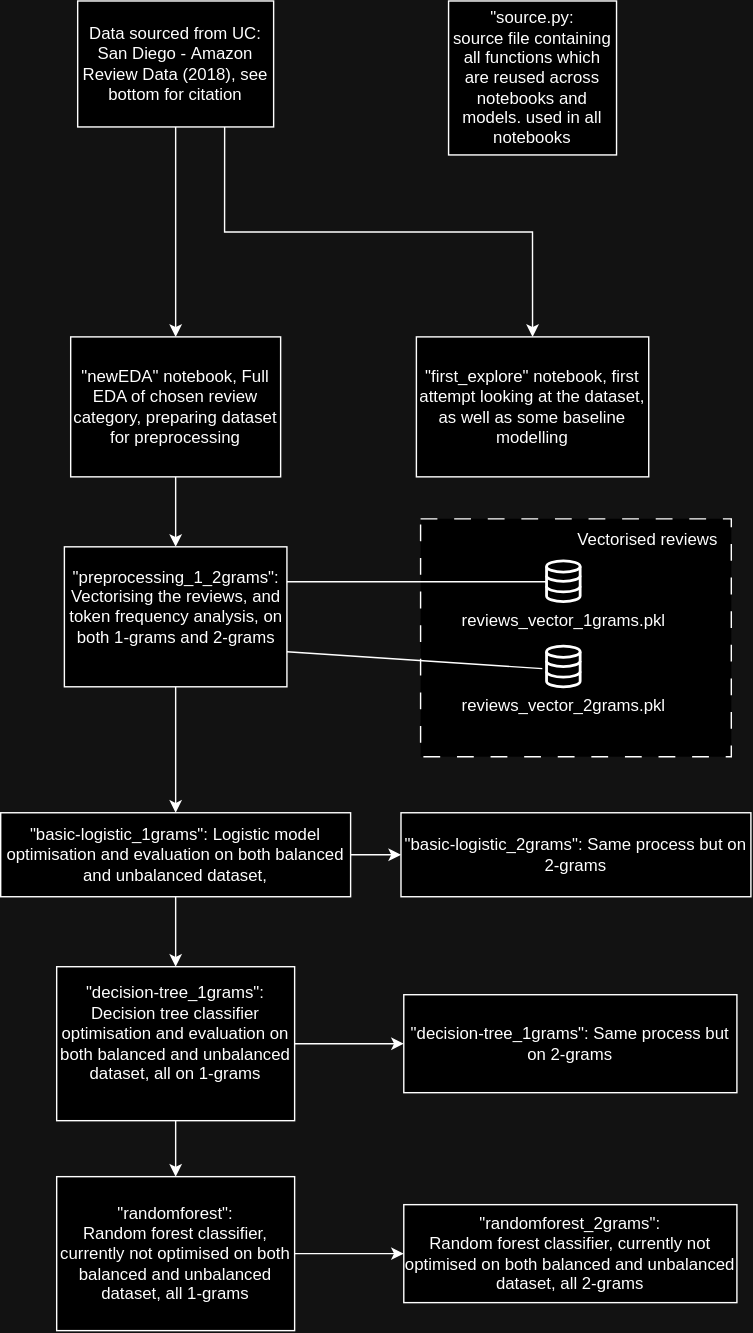
Before: reports/figures/capstoneflowchart.drawio.svg, a diagram exported from draw.io (0smee/nlp-capstone). Source tidied: cells renumbered, new cells last; positions are measured from the earlier drawing's top-left corner, leaving out a move shared by most shapes. Its diagram source:
```xml
<mxGraphModel>
  <root>
    <mxCell id="0" />
    <mxCell id="1" parent="0" />
    <mxCell id="2" style="verticalLabelPosition=bottom;verticalAlign=top;html=1;shape=mxgraph.basic.rect;fillColor2=none;strokeWidth=1;size=20;indent=5;dashed=1;dashPattern=12 12;" parent="1" vertex="1">
      <mxGeometry x="300" y="370" width="222" height="170" as="geometry" />
    </mxCell>
    <mxCell id="3" style="edgeStyle=orthogonalEdgeStyle;rounded=0;jettySize=auto;html=1;entryX=0.5;entryY=0;entryDx=0;entryDy=0;" parent="1" edge="1" source="5" target="8">
      <mxGeometry relative="1" as="geometry" />
    </mxCell>
    <mxCell id="4" style="edgeStyle=orthogonalEdgeStyle;rounded=0;jettySize=auto;html=1;exitX=0.75;exitY=1;exitDx=0;exitDy=0;entryX=0.5;entryY=0;entryDx=0;entryDy=0;" parent="1" edge="1" source="5" target="6">
      <mxGeometry relative="1" as="geometry" />
    </mxCell>
    <mxCell id="5" value="&lt;div&gt;Data sourced from UC: San Diego -&amp;nbsp;Amazon Review Data (2018)&lt;span style=&quot;background-color: initial;&quot;&gt;, see bottom for citation&lt;/span&gt;&lt;/div&gt;" style="rounded=0;whiteSpace=wrap;html=1;" parent="1" vertex="1">
      <mxGeometry x="55" width="140" height="90" as="geometry" />
    </mxCell>
    <mxCell id="6" value="&quot;first_explore&quot; notebook, first attempt looking at the dataset, as well as some baseline modelling" style="rounded=0;whiteSpace=wrap;html=1;" parent="1" vertex="1">
      <mxGeometry x="297" y="240" width="166" height="100" as="geometry" />
    </mxCell>
    <mxCell id="7" style="edgeStyle=orthogonalEdgeStyle;rounded=0;jettySize=auto;html=1;entryX=0.5;entryY=0;entryDx=0;entryDy=0;" parent="1" edge="1" source="8" target="10">
      <mxGeometry relative="1" as="geometry" />
    </mxCell>
    <mxCell id="8" value="&quot;newEDA&quot; notebook, Full EDA of chosen review category, preparing dataset for preprocessing" style="rounded=0;whiteSpace=wrap;html=1;" parent="1" vertex="1">
      <mxGeometry x="50" y="240" width="150" height="100" as="geometry" />
    </mxCell>
    <mxCell id="9" style="edgeStyle=orthogonalEdgeStyle;rounded=0;jettySize=auto;html=1;entryX=0.5;entryY=0;entryDx=0;entryDy=0;" parent="1" edge="1" source="10" target="18">
      <mxGeometry relative="1" as="geometry" />
    </mxCell>
    <mxCell id="10" value="&lt;div&gt;&quot;preprocessing_1_2grams&quot;: Vectorising the reviews, and token frequency analysis, on both 1-grams and 2-grams&lt;/div&gt;&lt;div&gt;&lt;br&gt;&lt;/div&gt;" style="rounded=0;whiteSpace=wrap;html=1;" parent="1" vertex="1">
      <mxGeometry x="45.5" y="390" width="159" height="100" as="geometry" />
    </mxCell>
    <mxCell id="11" value="reviews_vector_1grams.pkl" style="html=1;verticalLabelPosition=bottom;align=center;labelBackgroundColor=#ffffff;verticalAlign=top;strokeWidth=2;strokeColor=#000000;shadow=0;dashed=0;shape=mxgraph.ios7.icons.data;" parent="1" vertex="1">
      <mxGeometry x="390" y="400" width="24" height="29.1" as="geometry" />
    </mxCell>
    <mxCell id="12" value="reviews_vector_2grams.pkl" style="html=1;verticalLabelPosition=bottom;align=center;labelBackgroundColor=#ffffff;verticalAlign=top;strokeWidth=2;strokeColor=#000000;shadow=0;dashed=0;shape=mxgraph.ios7.icons.data;" parent="1" vertex="1">
      <mxGeometry x="390" y="460.9" width="24" height="29.1" as="geometry" />
    </mxCell>
    <mxCell id="13" style="endArrow=none;html=1;rounded=0;exitX=1;exitY=0.25;exitDx=0;exitDy=0;entryX=0;entryY=0.515;entryDx=0;entryDy=0;entryPerimeter=0;" parent="1" edge="1" source="10" target="11">
      <mxGeometry relative="1" as="geometry" />
    </mxCell>
    <mxCell id="14" style="endArrow=none;html=1;rounded=0;exitX=1;exitY=0.75;exitDx=0;exitDy=0;entryX=-0.125;entryY=0.553;entryDx=0;entryDy=0;entryPerimeter=0;" parent="1" edge="1" source="10" target="12">
      <mxGeometry relative="1" as="geometry" />
    </mxCell>
    <mxCell id="15" value="Vectorised reviews" style="text;html=1;align=center;verticalAlign=middle;strokeColor=none;fillColor=none;" parent="1" vertex="1">
      <mxGeometry x="402" y="370" width="120" height="30" as="geometry" />
    </mxCell>
    <mxCell id="16" style="edgeStyle=orthogonalEdgeStyle;rounded=0;jettySize=auto;html=1;exitX=1;exitY=0.5;exitDx=0;exitDy=0;entryX=0;entryY=0.5;entryDx=0;entryDy=0;" parent="1" edge="1" source="18" target="19">
      <mxGeometry relative="1" as="geometry" />
    </mxCell>
    <mxCell id="17" style="edgeStyle=orthogonalEdgeStyle;rounded=0;jettySize=auto;html=1;entryX=0.5;entryY=0;entryDx=0;entryDy=0;" parent="1" edge="1" source="18" target="22">
      <mxGeometry relative="1" as="geometry" />
    </mxCell>
    <mxCell id="18" value="&quot;basic-logistic_1grams&quot;: Logistic model optimisation and evaluation on both balanced and unbalanced dataset," style="rounded=0;whiteSpace=wrap;html=1;" parent="1" vertex="1">
      <mxGeometry y="580" width="250" height="60" as="geometry" />
    </mxCell>
    <mxCell id="19" value="&quot;basic-logistic_2grams&quot;: Same process but on 2-grams" style="rounded=0;whiteSpace=wrap;html=1;" parent="1" vertex="1">
      <mxGeometry x="286" y="580" width="250" height="60" as="geometry" />
    </mxCell>
    <mxCell id="20" style="edgeStyle=orthogonalEdgeStyle;rounded=0;jettySize=auto;html=1;entryX=0;entryY=0.5;entryDx=0;entryDy=0;" parent="1" edge="1" source="22" target="23">
      <mxGeometry relative="1" as="geometry" />
    </mxCell>
    <mxCell id="21" style="edgeStyle=orthogonalEdgeStyle;rounded=0;jettySize=auto;html=1;entryX=0.5;entryY=0;entryDx=0;entryDy=0;" parent="1" edge="1" source="22" target="26">
      <mxGeometry relative="1" as="geometry" />
    </mxCell>
    <mxCell id="22" value="&lt;div&gt;&quot;decision-tree_1grams&quot;: Decision tree classifier optimisation and evaluation on both balanced and unbalanced dataset, all on 1-grams&lt;/div&gt;&lt;div&gt;&lt;br&gt;&lt;/div&gt;" style="rounded=0;whiteSpace=wrap;html=1;" parent="1" vertex="1">
      <mxGeometry x="40" y="690" width="170" height="110" as="geometry" />
    </mxCell>
    <mxCell id="23" value="&quot;decision-tree_1grams&quot;: Same process but on 2-grams" style="rounded=0;whiteSpace=wrap;html=1;" parent="1" vertex="1">
      <mxGeometry x="288" y="710" width="238" height="70" as="geometry" />
    </mxCell>
    <mxCell id="24" value="&quot;source.py:&lt;br&gt;source file containing all functions which are reused across notebooks and models. used in all notebooks" style="rounded=0;whiteSpace=wrap;html=1;" parent="1" vertex="1">
      <mxGeometry x="320" width="120" height="110" as="geometry" />
    </mxCell>
    <mxCell id="25" style="edgeStyle=orthogonalEdgeStyle;rounded=0;jettySize=auto;html=1;entryX=0;entryY=0.5;entryDx=0;entryDy=0;" parent="1" edge="1" source="26" target="27">
      <mxGeometry relative="1" as="geometry" />
    </mxCell>
    <mxCell id="26" value="&lt;div&gt;&quot;randomforest&quot;:&lt;br&gt;&lt;/div&gt;&lt;div&gt;Random forest classifier, currently not optimised on both balanced and unbalanced dataset, all 1-grams&lt;br&gt;&lt;/div&gt;" style="rounded=0;whiteSpace=wrap;html=1;" parent="1" vertex="1">
      <mxGeometry x="40" y="840" width="170" height="110" as="geometry" />
    </mxCell>
    <mxCell id="27" value="&lt;div style=&quot;border-color: var(--border-color);&quot;&gt;&quot;randomforest_2grams&quot;:&lt;br style=&quot;border-color: var(--border-color);&quot;&gt;&lt;/div&gt;&lt;div style=&quot;border-color: var(--border-color);&quot;&gt;Random forest classifier, currently not optimised on both balanced and unbalanced dataset, all 2-grams&lt;/div&gt;" style="rounded=0;whiteSpace=wrap;html=1;" parent="1" vertex="1">
      <mxGeometry x="288" y="860" width="238" height="70" as="geometry" />
    </mxCell>
  </root>
</mxGraphModel>
```
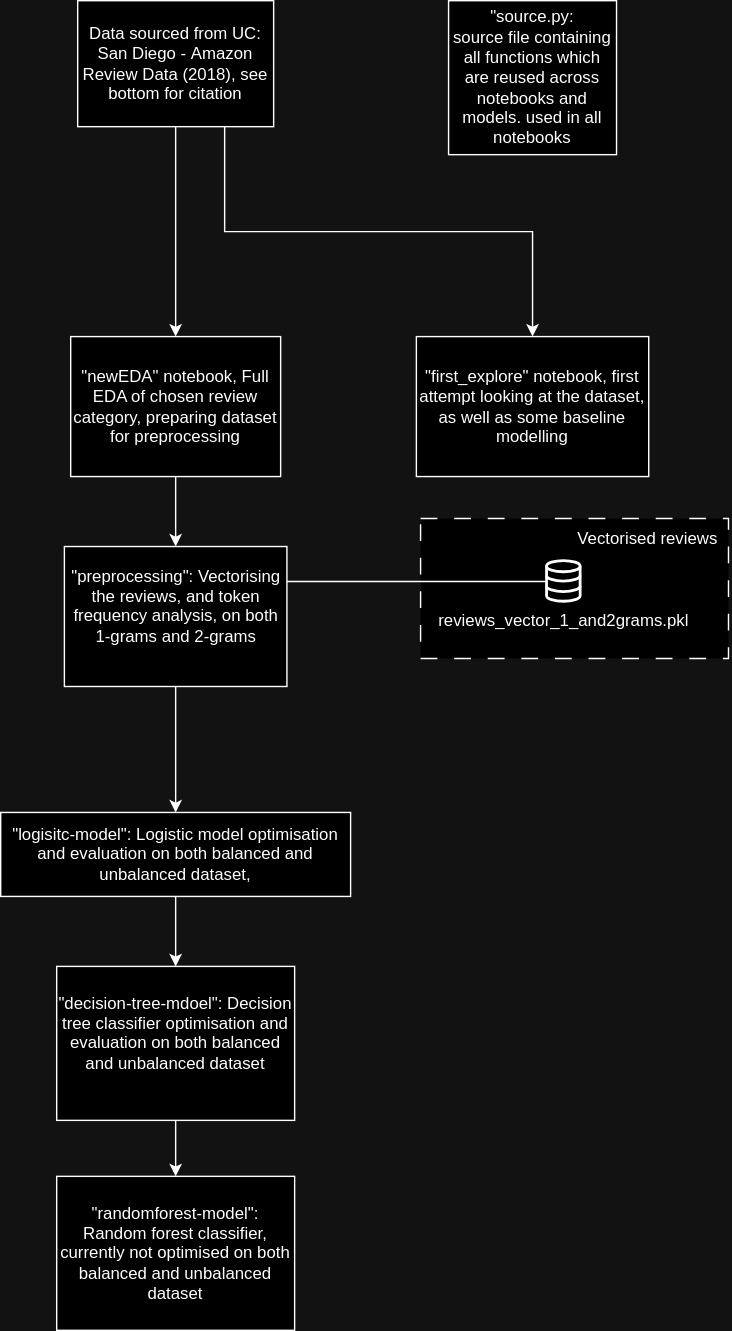
The same diagram one commit later.

The edit, as a diff of the source:
```diff
@@ -3,7 +3,7 @@
     <mxCell id="0" />
     <mxCell id="1" parent="0" />
     <mxCell id="2" style="verticalLabelPosition=bottom;verticalAlign=top;html=1;shape=mxgraph.basic.rect;fillColor2=none;strokeWidth=1;size=20;indent=5;dashed=1;dashPattern=12 12;" parent="1" vertex="1">
-      <mxGeometry x="300" y="370" width="222" height="170" as="geometry" />
+      <mxGeometry x="300" y="370" width="220" height="100" as="geometry" />
     </mxCell>
     <mxCell id="3" style="edgeStyle=orthogonalEdgeStyle;rounded=0;jettySize=auto;html=1;entryX=0.5;entryY=0;entryDx=0;entryDy=0;" parent="1" edge="1" source="5" target="8">
       <mxGeometry relative="1" as="geometry" />
@@ -26,59 +26,35 @@
     <mxCell id="9" style="edgeStyle=orthogonalEdgeStyle;rounded=0;jettySize=auto;html=1;entryX=0.5;entryY=0;entryDx=0;entryDy=0;" parent="1" edge="1" source="10" target="18">
       <mxGeometry relative="1" as="geometry" />
     </mxCell>
-    <mxCell id="10" value="&lt;div&gt;&quot;preprocessing_1_2grams&quot;: Vectorising the reviews, and token frequency analysis, on both 1-grams and 2-grams&lt;/div&gt;&lt;div&gt;&lt;br&gt;&lt;/div&gt;" style="rounded=0;whiteSpace=wrap;html=1;" parent="1" vertex="1">
+    <mxCell id="10" value="&lt;div&gt;&quot;preprocessing&quot;: Vectorising the reviews, and token frequency analysis, on both 1-grams and 2-grams&lt;/div&gt;&lt;div&gt;&lt;br&gt;&lt;/div&gt;" style="rounded=0;whiteSpace=wrap;html=1;" parent="1" vertex="1">
       <mxGeometry x="45.5" y="390" width="159" height="100" as="geometry" />
     </mxCell>
-    <mxCell id="11" value="reviews_vector_1grams.pkl" style="html=1;verticalLabelPosition=bottom;align=center;labelBackgroundColor=#ffffff;verticalAlign=top;strokeWidth=2;strokeColor=#000000;shadow=0;dashed=0;shape=mxgraph.ios7.icons.data;" parent="1" vertex="1">
+    <mxCell id="11" value="reviews_vector_1_and2grams.pkl" style="html=1;verticalLabelPosition=bottom;align=center;labelBackgroundColor=#ffffff;verticalAlign=top;strokeWidth=2;strokeColor=#000000;shadow=0;dashed=0;shape=mxgraph.ios7.icons.data;" parent="1" vertex="1">
       <mxGeometry x="390" y="400" width="24" height="29.1" as="geometry" />
     </mxCell>
-    <mxCell id="12" value="reviews_vector_2grams.pkl" style="html=1;verticalLabelPosition=bottom;align=center;labelBackgroundColor=#ffffff;verticalAlign=top;strokeWidth=2;strokeColor=#000000;shadow=0;dashed=0;shape=mxgraph.ios7.icons.data;" parent="1" vertex="1">
-      <mxGeometry x="390" y="460.9" width="24" height="29.1" as="geometry" />
-    </mxCell>
     <mxCell id="13" style="endArrow=none;html=1;rounded=0;exitX=1;exitY=0.25;exitDx=0;exitDy=0;entryX=0;entryY=0.515;entryDx=0;entryDy=0;entryPerimeter=0;" parent="1" edge="1" source="10" target="11">
       <mxGeometry relative="1" as="geometry" />
     </mxCell>
-    <mxCell id="14" style="endArrow=none;html=1;rounded=0;exitX=1;exitY=0.75;exitDx=0;exitDy=0;entryX=-0.125;entryY=0.553;entryDx=0;entryDy=0;entryPerimeter=0;" parent="1" edge="1" source="10" target="12">
-      <mxGeometry relative="1" as="geometry" />
-    </mxCell>
     <mxCell id="15" value="Vectorised reviews" style="text;html=1;align=center;verticalAlign=middle;strokeColor=none;fillColor=none;" parent="1" vertex="1">
       <mxGeometry x="402" y="370" width="120" height="30" as="geometry" />
     </mxCell>
-    <mxCell id="16" style="edgeStyle=orthogonalEdgeStyle;rounded=0;jettySize=auto;html=1;exitX=1;exitY=0.5;exitDx=0;exitDy=0;entryX=0;entryY=0.5;entryDx=0;entryDy=0;" parent="1" edge="1" source="18" target="19">
-      <mxGeometry relative="1" as="geometry" />
-    </mxCell>
     <mxCell id="17" style="edgeStyle=orthogonalEdgeStyle;rounded=0;jettySize=auto;html=1;entryX=0.5;entryY=0;entryDx=0;entryDy=0;" parent="1" edge="1" source="18" target="22">
       <mxGeometry relative="1" as="geometry" />
     </mxCell>
-    <mxCell id="18" value="&quot;basic-logistic_1grams&quot;: Logistic model optimisation and evaluation on both balanced and unbalanced dataset," style="rounded=0;whiteSpace=wrap;html=1;" parent="1" vertex="1">
+    <mxCell id="18" value="&quot;logisitc-model&quot;: Logistic model optimisation and evaluation on both balanced and unbalanced dataset," style="rounded=0;whiteSpace=wrap;html=1;" parent="1" vertex="1">
       <mxGeometry y="580" width="250" height="60" as="geometry" />
     </mxCell>
-    <mxCell id="19" value="&quot;basic-logistic_2grams&quot;: Same process but on 2-grams" style="rounded=0;whiteSpace=wrap;html=1;" parent="1" vertex="1">
-      <mxGeometry x="286" y="580" width="250" height="60" as="geometry" />
-    </mxCell>
-    <mxCell id="20" style="edgeStyle=orthogonalEdgeStyle;rounded=0;jettySize=auto;html=1;entryX=0;entryY=0.5;entryDx=0;entryDy=0;" parent="1" edge="1" source="22" target="23">
-      <mxGeometry relative="1" as="geometry" />
-    </mxCell>
     <mxCell id="21" style="edgeStyle=orthogonalEdgeStyle;rounded=0;jettySize=auto;html=1;entryX=0.5;entryY=0;entryDx=0;entryDy=0;" parent="1" edge="1" source="22" target="26">
       <mxGeometry relative="1" as="geometry" />
     </mxCell>
-    <mxCell id="22" value="&lt;div&gt;&quot;decision-tree_1grams&quot;: Decision tree classifier optimisation and evaluation on both balanced and unbalanced dataset, all on 1-grams&lt;/div&gt;&lt;div&gt;&lt;br&gt;&lt;/div&gt;" style="rounded=0;whiteSpace=wrap;html=1;" parent="1" vertex="1">
+    <mxCell id="22" value="&lt;div&gt;&quot;decision-tree-mdoel&lt;span style=&quot;background-color: initial;&quot;&gt;&quot;: Decision tree classifier optimisation and evaluation on both balanced and unbalanced dataset&lt;/span&gt;&lt;/div&gt;&lt;div&gt;&lt;br&gt;&lt;/div&gt;" style="rounded=0;whiteSpace=wrap;html=1;" parent="1" vertex="1">
       <mxGeometry x="40" y="690" width="170" height="110" as="geometry" />
     </mxCell>
-    <mxCell id="23" value="&quot;decision-tree_1grams&quot;: Same process but on 2-grams" style="rounded=0;whiteSpace=wrap;html=1;" parent="1" vertex="1">
-      <mxGeometry x="288" y="710" width="238" height="70" as="geometry" />
-    </mxCell>
     <mxCell id="24" value="&quot;source.py:&lt;br&gt;source file containing all functions which are reused across notebooks and models. used in all notebooks" style="rounded=0;whiteSpace=wrap;html=1;" parent="1" vertex="1">
       <mxGeometry x="320" width="120" height="110" as="geometry" />
     </mxCell>
-    <mxCell id="25" style="edgeStyle=orthogonalEdgeStyle;rounded=0;jettySize=auto;html=1;entryX=0;entryY=0.5;entryDx=0;entryDy=0;" parent="1" edge="1" source="26" target="27">
-      <mxGeometry relative="1" as="geometry" />
-    </mxCell>
-    <mxCell id="26" value="&lt;div&gt;&quot;randomforest&quot;:&lt;br&gt;&lt;/div&gt;&lt;div&gt;Random forest classifier, currently not optimised on both balanced and unbalanced dataset, all 1-grams&lt;br&gt;&lt;/div&gt;" style="rounded=0;whiteSpace=wrap;html=1;" parent="1" vertex="1">
+    <mxCell id="26" value="&lt;div&gt;&quot;randomforest-model&quot;:&lt;br&gt;&lt;/div&gt;&lt;div&gt;Random forest classifier, currently not optimised on both balanced and unbalanced dataset&lt;br&gt;&lt;/div&gt;" style="rounded=0;whiteSpace=wrap;html=1;" parent="1" vertex="1">
       <mxGeometry x="40" y="840" width="170" height="110" as="geometry" />
     </mxCell>
-    <mxCell id="27" value="&lt;div style=&quot;border-color: var(--border-color);&quot;&gt;&quot;randomforest_2grams&quot;:&lt;br style=&quot;border-color: var(--border-color);&quot;&gt;&lt;/div&gt;&lt;div style=&quot;border-color: var(--border-color);&quot;&gt;Random forest classifier, currently not optimised on both balanced and unbalanced dataset, all 2-grams&lt;/div&gt;" style="rounded=0;whiteSpace=wrap;html=1;" parent="1" vertex="1">
-      <mxGeometry x="288" y="860" width="238" height="70" as="geometry" />
-    </mxCell>
   </root>
 </mxGraphModel>
```
